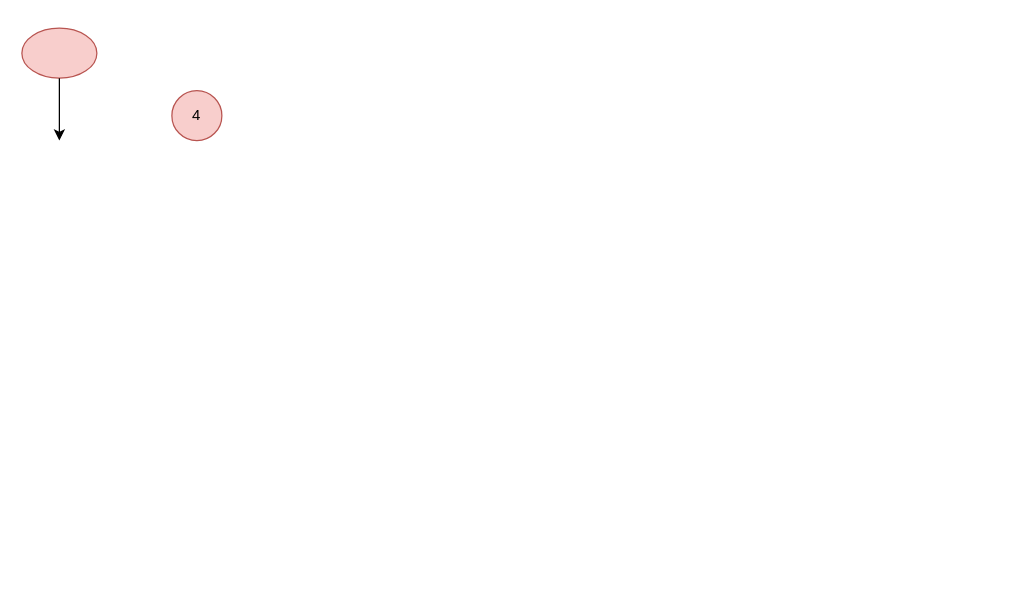
Earlier version of the draw.io diagram 未命名绘图.drawio (fhy747014440/app01). Source tidied: cells renumbered, new cells numbered last; positions are measured from the earlier drawing's top-left corner, leaving out a move shared by most shapes. Both pictures are drawn from the tidied source at 125%, with x=0, y=0 at pixel (21, 28).
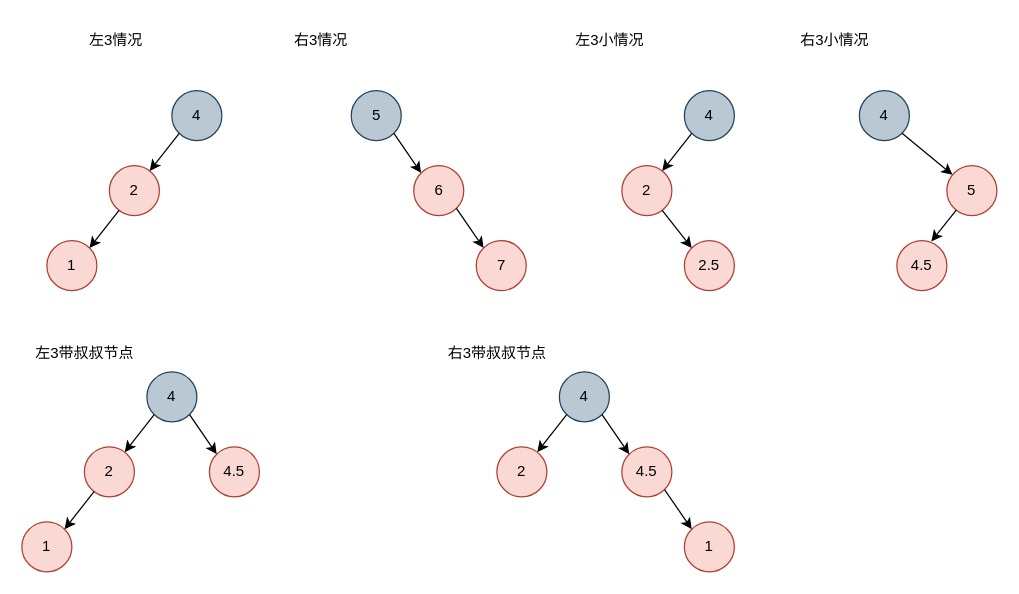
The same page after the edit.

Commit message (it also covers changes not shown here):
更新未命名绘图.drawio

The edit, as a diff of the source:
```diff
@@
-    <mxCell id="2" style="ellipse;whiteSpace=wrap;html=1;fillColor=#f8cecc;strokeColor=#b85450;" parent="1" vertex="1">
-      <mxGeometry width="60" height="40" as="geometry" />
-    </mxCell>
-    <mxCell id="3" style="endArrow=classic;html=1;rounded=0;exitX=0.5;exitY=1;exitDx=0;exitDy=0;" parent="1" edge="1" source="2">
-      <mxGeometry relative="1" as="geometry">
-        <mxPoint x="30" y="90" as="targetPoint" />
-      </mxGeometry>
-    </mxCell>
-    <mxCell id="4" value="4" style="ellipse;whiteSpace=wrap;html=1;fillColor=#f8cecc;strokeColor=#b85450;" parent="1" vertex="1">
+    <mxCell id="4" value="4" style="ellipse;whiteSpace=wrap;html=1;fillColor=#bac8d3;strokeColor=#23445d;" parent="1" vertex="1">
       <mxGeometry x="120" y="50" width="40" height="40" as="geometry" />
     </mxCell>
+    <mxCell id="5" value="2" style="ellipse;whiteSpace=wrap;html=1;fillColor=#fad9d5;strokeColor=#ae4132;" parent="1" vertex="1">
+      <mxGeometry x="70" y="110" width="40" height="40" as="geometry" />
+    </mxCell>
+    <mxCell id="6" value="1" style="ellipse;whiteSpace=wrap;html=1;fillColor=#fad9d5;strokeColor=#ae4132;" parent="1" vertex="1">
+      <mxGeometry x="20" y="170" width="40" height="40" as="geometry" />
+    </mxCell>
+    <mxCell id="7" style="endArrow=classic;html=1;rounded=0;exitX=0;exitY=1;exitDx=0;exitDy=0;" parent="1" edge="1" source="4" target="5">
+      <mxGeometry relative="1" as="geometry" />
+    </mxCell>
+    <mxCell id="8" style="endArrow=classic;html=1;rounded=0;entryX=1;entryY=0;entryDx=0;entryDy=0;" parent="1" edge="1" source="5" target="6">
+      <mxGeometry relative="1" as="geometry" />
+    </mxCell>
+    <mxCell id="9" value="左3情况" style="text;html=1;align=center;verticalAlign=middle;strokeColor=none;fillColor=none;" parent="1" vertex="1">
+      <mxGeometry x="40" y="-5" width="70" height="30" as="geometry" />
+    </mxCell>
+    <mxCell id="10" value="右3情况" style="text;html=1;align=center;verticalAlign=middle;strokeColor=none;fillColor=none;" parent="1" vertex="1">
+      <mxGeometry x="203.5" y="-5" width="70" height="30" as="geometry" />
+    </mxCell>
+    <mxCell id="11" value="5" style="ellipse;whiteSpace=wrap;html=1;fillColor=#bac8d3;strokeColor=#23445d;" parent="1" vertex="1">
+      <mxGeometry x="263.5" y="50" width="40" height="40" as="geometry" />
+    </mxCell>
+    <mxCell id="12" value="7" style="ellipse;whiteSpace=wrap;html=1;fillColor=#fad9d5;strokeColor=#ae4132;" parent="1" vertex="1">
+      <mxGeometry x="363.5" y="170" width="40" height="40" as="geometry" />
+    </mxCell>
+    <mxCell id="13" value="6" style="ellipse;whiteSpace=wrap;html=1;fillColor=#fad9d5;strokeColor=#ae4132;" parent="1" vertex="1">
+      <mxGeometry x="313.5" y="110" width="40" height="40" as="geometry" />
+    </mxCell>
+    <mxCell id="14" style="endArrow=classic;html=1;rounded=0;entryX=0;entryY=0;entryDx=0;entryDy=0;exitX=1;exitY=1;exitDx=0;exitDy=0;" parent="1" edge="1" source="11" target="13">
+      <mxGeometry relative="1" as="geometry" />
+    </mxCell>
+    <mxCell id="15" style="endArrow=classic;html=1;rounded=0;entryX=0;entryY=0;entryDx=0;entryDy=0;exitX=1;exitY=1;exitDx=0;exitDy=0;" parent="1" edge="1" source="13" target="12">
+      <mxGeometry relative="1" as="geometry" />
+    </mxCell>
+    <mxCell id="16" value="左3带叔叔节点" style="text;html=1;align=center;verticalAlign=middle;strokeColor=none;fillColor=none;" parent="1" vertex="1">
+      <mxGeometry y="245" width="100" height="30" as="geometry" />
+    </mxCell>
+    <mxCell id="17" value="4" style="ellipse;whiteSpace=wrap;html=1;fillColor=#bac8d3;strokeColor=#23445d;" parent="1" vertex="1">
+      <mxGeometry x="100" y="275" width="40" height="40" as="geometry" />
+    </mxCell>
+    <mxCell id="18" value="2" style="ellipse;whiteSpace=wrap;html=1;fillColor=#fad9d5;strokeColor=#ae4132;" parent="1" vertex="1">
+      <mxGeometry x="50" y="335" width="40" height="40" as="geometry" />
+    </mxCell>
+    <mxCell id="19" value="1" style="ellipse;whiteSpace=wrap;html=1;fillColor=#fad9d5;strokeColor=#ae4132;" parent="1" vertex="1">
+      <mxGeometry y="395" width="40" height="40" as="geometry" />
+    </mxCell>
+    <mxCell id="20" style="endArrow=classic;html=1;rounded=0;exitX=0;exitY=1;exitDx=0;exitDy=0;" parent="1" edge="1" source="17" target="18">
+      <mxGeometry relative="1" as="geometry" />
+    </mxCell>
+    <mxCell id="21" style="endArrow=classic;html=1;rounded=0;entryX=1;entryY=0;entryDx=0;entryDy=0;" parent="1" edge="1" source="18" target="19">
+      <mxGeometry relative="1" as="geometry" />
+    </mxCell>
+    <mxCell id="22" value="4.5" style="ellipse;whiteSpace=wrap;html=1;fillColor=#fad9d5;strokeColor=#ae4132;" parent="1" vertex="1">
+      <mxGeometry x="150" y="335" width="40" height="40" as="geometry" />
+    </mxCell>
+    <mxCell id="23" style="endArrow=classic;html=1;rounded=0;exitX=1;exitY=1;exitDx=0;exitDy=0;entryX=0;entryY=0;entryDx=0;entryDy=0;" parent="1" edge="1" source="17" target="22">
+      <mxGeometry relative="1" as="geometry" />
+    </mxCell>
+    <mxCell id="24" value="右3带叔叔节点" style="text;html=1;align=center;verticalAlign=middle;strokeColor=none;fillColor=none;" parent="1" vertex="1">
+      <mxGeometry x="330" y="245" width="100" height="30" as="geometry" />
+    </mxCell>
+    <mxCell id="25" value="4" style="ellipse;whiteSpace=wrap;html=1;fillColor=#bac8d3;strokeColor=#23445d;" parent="1" vertex="1">
+      <mxGeometry x="430" y="275" width="40" height="40" as="geometry" />
+    </mxCell>
+    <mxCell id="26" value="2" style="ellipse;whiteSpace=wrap;html=1;fillColor=#fad9d5;strokeColor=#ae4132;" parent="1" vertex="1">
+      <mxGeometry x="380" y="335" width="40" height="40" as="geometry" />
+    </mxCell>
+    <mxCell id="27" value="1" style="ellipse;whiteSpace=wrap;html=1;fillColor=#fad9d5;strokeColor=#ae4132;" parent="1" vertex="1">
+      <mxGeometry x="530" y="395" width="40" height="40" as="geometry" />
+    </mxCell>
+    <mxCell id="28" style="endArrow=classic;html=1;rounded=0;exitX=0;exitY=1;exitDx=0;exitDy=0;" parent="1" edge="1" source="25" target="26">
+      <mxGeometry relative="1" as="geometry" />
+    </mxCell>
+    <mxCell id="29" value="4.5" style="ellipse;whiteSpace=wrap;html=1;fillColor=#fad9d5;strokeColor=#ae4132;" parent="1" vertex="1">
+      <mxGeometry x="480" y="335" width="40" height="40" as="geometry" />
+    </mxCell>
+    <mxCell id="30" style="endArrow=classic;html=1;rounded=0;exitX=1;exitY=1;exitDx=0;exitDy=0;entryX=0;entryY=0;entryDx=0;entryDy=0;" parent="1" edge="1" source="25" target="29">
+      <mxGeometry relative="1" as="geometry" />
+    </mxCell>
+    <mxCell id="31" style="endArrow=classic;html=1;rounded=0;entryX=0;entryY=0;entryDx=0;entryDy=0;exitX=1;exitY=1;exitDx=0;exitDy=0;" parent="1" edge="1" source="29" target="27">
+      <mxGeometry relative="1" as="geometry" />
+    </mxCell>
+    <mxCell id="32" value="4" style="ellipse;whiteSpace=wrap;html=1;fillColor=#bac8d3;strokeColor=#23445d;" parent="1" vertex="1">
+      <mxGeometry x="530" y="50" width="40" height="40" as="geometry" />
+    </mxCell>
+    <mxCell id="33" value="2" style="ellipse;whiteSpace=wrap;html=1;fillColor=#fad9d5;strokeColor=#ae4132;" parent="1" vertex="1">
+      <mxGeometry x="480" y="110" width="40" height="40" as="geometry" />
+    </mxCell>
+    <mxCell id="34" value="2.5" style="ellipse;whiteSpace=wrap;html=1;fillColor=#fad9d5;strokeColor=#ae4132;" parent="1" vertex="1">
+      <mxGeometry x="530" y="170" width="40" height="40" as="geometry" />
+    </mxCell>
+    <mxCell id="35" style="endArrow=classic;html=1;rounded=0;exitX=0;exitY=1;exitDx=0;exitDy=0;" parent="1" edge="1" source="32" target="33">
+      <mxGeometry relative="1" as="geometry" />
+    </mxCell>
+    <mxCell id="36" style="endArrow=classic;html=1;rounded=0;entryX=0;entryY=0;entryDx=0;entryDy=0;" parent="1" edge="1" source="33" target="34">
+      <mxGeometry relative="1" as="geometry" />
+    </mxCell>
+    <mxCell id="37" value="左3小情况" style="text;html=1;align=center;verticalAlign=middle;strokeColor=none;fillColor=none;" parent="1" vertex="1">
+      <mxGeometry x="430" y="-5" width="80" height="30" as="geometry" />
+    </mxCell>
+    <mxCell id="38" value="4" style="ellipse;whiteSpace=wrap;html=1;fillColor=#bac8d3;strokeColor=#23445d;" parent="1" vertex="1">
+      <mxGeometry x="670" y="50" width="40" height="40" as="geometry" />
+    </mxCell>
+    <mxCell id="39" value="5" style="ellipse;whiteSpace=wrap;html=1;fillColor=#fad9d5;strokeColor=#ae4132;" parent="1" vertex="1">
+      <mxGeometry x="740" y="110" width="40" height="40" as="geometry" />
+    </mxCell>
+    <mxCell id="40" value="4.5" style="ellipse;whiteSpace=wrap;html=1;fillColor=#fad9d5;strokeColor=#ae4132;" parent="1" vertex="1">
+      <mxGeometry x="700" y="170" width="40" height="40" as="geometry" />
+    </mxCell>
+    <mxCell id="41" style="endArrow=classic;html=1;rounded=0;exitX=1;exitY=1;exitDx=0;exitDy=0;" parent="1" edge="1" source="38" target="39">
+      <mxGeometry relative="1" as="geometry" />
+    </mxCell>
+    <mxCell id="42" style="endArrow=classic;html=1;rounded=0;entryX=0.69;entryY=0.015;entryDx=0;entryDy=0;entryPerimeter=0;" parent="1" edge="1" source="39" target="40">
+      <mxGeometry relative="1" as="geometry" />
+    </mxCell>
+    <mxCell id="43" value="右3小情况" style="text;html=1;align=center;verticalAlign=middle;strokeColor=none;fillColor=none;" parent="1" vertex="1">
+      <mxGeometry x="610" y="-5" width="80" height="30" as="geometry" />
+    </mxCell>
```
